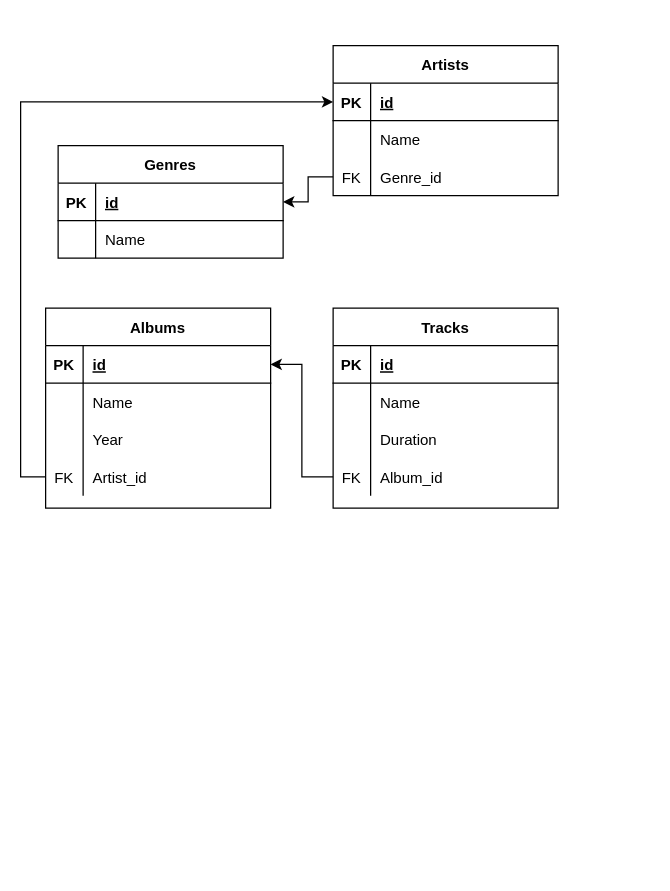
The draw.io diagram N-sql.drawio in akusempie/N-sql-diagram, before the edit. Source tidied: cells renumbered, new cells numbered last; positions are measured from the earlier drawing's top-left corner, leaving out a move shared by most shapes. Both pictures are drawn from the tidied source at 125%, with x=0, y=0 at pixel (45, 45).
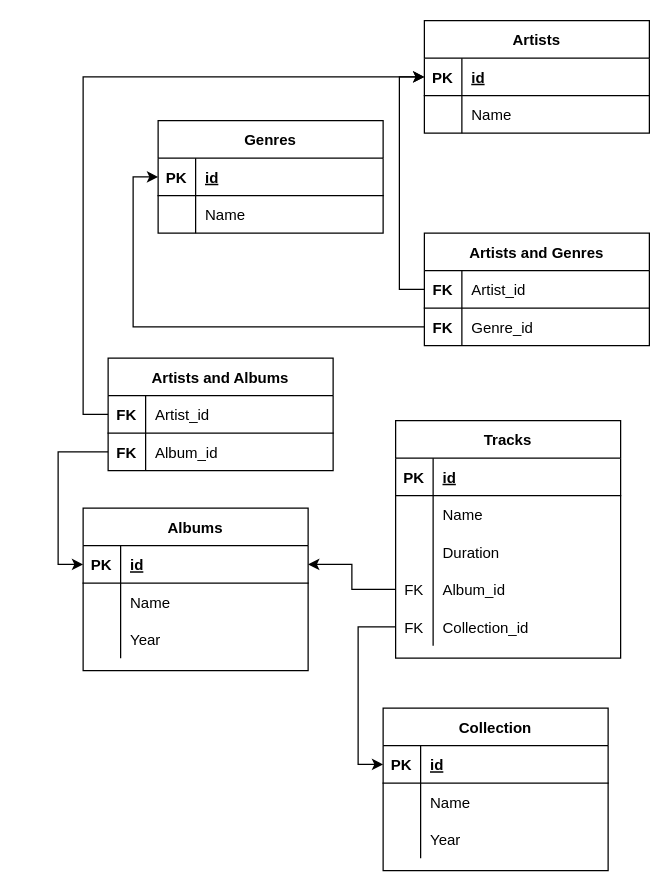
Above is the later version.

Unchanged cells that the change refers to:
```xml
<mxCell id="10" style="shape=tableRow;horizontal=0;startSize=0;swimlaneHead=0;swimlaneBody=0;fillColor=none;points=[[0,0.5],[1,0.5]];portConstraint=eastwest;top=0;left=0;right=0;bottom=1;" parent="9" vertex="1">
  <mxGeometry y="30" width="180" height="30" as="geometry" />
</mxCell>
<mxCell id="20" style="shape=tableRow;horizontal=0;startSize=0;swimlaneHead=0;swimlaneBody=0;fillColor=none;points=[[0,0.5],[1,0.5]];portConstraint=eastwest;top=0;left=0;right=0;bottom=1;" parent="19" vertex="1">
  <mxGeometry y="30" width="180" height="30" as="geometry" />
</mxCell>
```

Diff of the diagram source:
```diff
@@
-    <mxCell id="2" value="Genres" style="shape=table;startSize=30;childLayout=tableLayout;rowLines=0;fontStyle=1;align=center;" parent="1" vertex="1">
-      <mxGeometry x="10" y="80" width="180" height="90" as="geometry" />
-    </mxCell>
-    <mxCell id="3" style="shape=tableRow;horizontal=0;startSize=0;swimlaneHead=0;swimlaneBody=0;fillColor=none;points=[[0,0.5],[1,0.5]];portConstraint=eastwest;top=0;left=0;right=0;bottom=1;" parent="2" vertex="1">
-      <mxGeometry y="30" width="180" height="30" as="geometry" />
-    </mxCell>
-    <mxCell id="4" value="PK" style="shape=partialRectangle;fillColor=none;top=0;left=0;bottom=0;right=0;fontStyle=1;overflow=hidden;" parent="3" vertex="1">
-      <mxGeometry width="30" height="30" as="geometry" />
-    </mxCell>
-    <mxCell id="5" value="id" style="shape=partialRectangle;fillColor=none;top=0;left=0;bottom=0;right=0;align=left;spacingLeft=6;fontStyle=5;overflow=hidden;" parent="3" vertex="1">
-      <mxGeometry x="30" width="150" height="30" as="geometry" />
-    </mxCell>
-    <mxCell id="6" style="shape=tableRow;horizontal=0;startSize=0;swimlaneHead=0;swimlaneBody=0;fillColor=none;top=0;left=0;right=0;bottom=0;" parent="2" vertex="1">
-      <mxGeometry y="60" width="180" height="30" as="geometry" />
-    </mxCell>
-    <mxCell id="7" style="shape=partialRectangle;fillColor=none;top=0;left=0;bottom=0;right=0;overflow=hidden;" parent="6" vertex="1">
-      <mxGeometry width="30" height="30" as="geometry" />
-    </mxCell>
-    <mxCell id="8" value="Name" style="shape=partialRectangle;fillColor=none;top=0;left=0;bottom=0;right=0;align=left;spacingLeft=6;overflow=hidden;" parent="6" vertex="1">
-      <mxGeometry x="30" width="150" height="30" as="geometry" />
-    </mxCell>
     <mxCell id="9" value="Artists" style="shape=table;startSize=30;childLayout=tableLayout;rowLines=0;fontStyle=1;align=center;" parent="1" vertex="1">
-      <mxGeometry x="230" width="180" height="120" as="geometry" />
+      <mxGeometry x="303" y="-20" width="180" height="90" as="geometry" />
     </mxCell>
@@
-    <mxCell id="16" style="shape=tableRow;horizontal=0;startSize=0;swimlaneHead=0;swimlaneBody=0;fillColor=none;points=[[0,0.5],[1,0.5]];portConstraint=eastwest;top=0;left=0;right=0;bottom=0;" parent="9" vertex="1">
-      <mxGeometry y="90" width="180" height="30" as="geometry" />
-    </mxCell>
-    <mxCell id="17" value="FK" style="shape=partialRectangle;fillColor=none;top=0;left=0;bottom=0;right=0;overflow=hidden;" parent="16" vertex="1">
-      <mxGeometry width="30" height="30" as="geometry" />
-    </mxCell>
-    <mxCell id="18" value="Genre_id" style="shape=partialRectangle;fillColor=none;top=0;left=0;bottom=0;right=0;align=left;spacingLeft=6;overflow=hidden;" parent="16" vertex="1">
-      <mxGeometry x="30" width="150" height="30" as="geometry" />
-    </mxCell>
     <mxCell id="19" value="Albums" style="shape=table;startSize=30;childLayout=tableLayout;rowLines=0;fontStyle=1;align=center;" parent="1" vertex="1">
-      <mxGeometry y="210" width="180" height="160" as="geometry" />
+      <mxGeometry x="30" y="370" width="180" height="130" as="geometry" />
     </mxCell>
@@
-    <mxCell id="29" style="shape=tableRow;horizontal=0;startSize=0;swimlaneHead=0;swimlaneBody=0;fillColor=none;points=[[0,0.5],[1,0.5]];portConstraint=eastwest;top=0;left=0;right=0;bottom=0;" parent="19" vertex="1">
-      <mxGeometry y="120" width="180" height="30" as="geometry" />
-    </mxCell>
-    <mxCell id="30" value="FK" style="shape=partialRectangle;fillColor=none;top=0;left=0;bottom=0;right=0;overflow=hidden;" parent="29" vertex="1">
-      <mxGeometry width="30" height="30" as="geometry" />
-    </mxCell>
-    <mxCell id="31" value="Artist_id" style="shape=partialRectangle;fillColor=none;top=0;left=0;bottom=0;right=0;align=left;spacingLeft=6;overflow=hidden;" parent="29" vertex="1">
-      <mxGeometry x="30" width="150" height="30" as="geometry" />
-    </mxCell>
     <mxCell id="32" value="Tracks" style="shape=table;startSize=30;childLayout=tableLayout;rowLines=0;fontStyle=1;align=center;" parent="1" vertex="1">
-      <mxGeometry x="230" y="210" width="180" height="160" as="geometry" />
+      <mxGeometry x="280" y="300" width="180" height="190" as="geometry" />
     </mxCell>
@@
+    <mxCell id="48" style="shape=tableRow;horizontal=0;startSize=0;swimlaneHead=0;swimlaneBody=0;fillColor=none;points=[[0,0.5],[1,0.5]];portConstraint=eastwest;top=0;left=0;right=0;bottom=0;" parent="32" vertex="1">
+      <mxGeometry y="150" width="180" height="30" as="geometry" />
+    </mxCell>
+    <mxCell id="49" value="FK" style="shape=partialRectangle;fillColor=none;top=0;left=0;bottom=0;right=0;overflow=hidden;" parent="48" vertex="1">
+      <mxGeometry width="30" height="30" as="geometry" />
+    </mxCell>
+    <mxCell id="50" value="Collection_id" style="shape=partialRectangle;fillColor=none;top=0;left=0;bottom=0;right=0;align=left;spacingLeft=6;overflow=hidden;" parent="48" vertex="1">
+      <mxGeometry x="30" width="150" height="30" as="geometry" />
+    </mxCell>
@@
-    <mxCell id="46" style="edgeStyle=orthogonalEdgeStyle;rounded=0;jettySize=auto;html=1;exitX=0;exitY=0.5;exitDx=0;exitDy=0;entryX=0;entryY=0.5;entryDx=0;entryDy=0;" parent="1" edge="1" source="29" target="10">
-      <mxGeometry relative="1" as="geometry" />
-    </mxCell>
-    <mxCell id="47" style="edgeStyle=orthogonalEdgeStyle;rounded=0;jettySize=auto;html=1;exitX=0;exitY=0.5;exitDx=0;exitDy=0;entryX=1;entryY=0.5;entryDx=0;entryDy=0;" parent="1" edge="1" source="16" target="3">
-      <mxGeometry relative="1" as="geometry" />
-    </mxCell>
+    <mxCell id="51" value="Artists and Genres" style="shape=table;startSize=30;childLayout=tableLayout;rowLines=0;fontStyle=1;align=center;" parent="1" vertex="1">
+      <mxGeometry x="303" y="150" width="180" height="90" as="geometry" />
+    </mxCell>
+    <mxCell id="52" style="shape=tableRow;horizontal=0;startSize=0;swimlaneHead=0;swimlaneBody=0;fillColor=none;points=[[0,0.5],[1,0.5]];portConstraint=eastwest;top=0;left=0;right=0;bottom=1;" parent="51" vertex="1">
+      <mxGeometry y="30" width="180" height="30" as="geometry" />
+    </mxCell>
+    <mxCell id="53" value="FK" style="shape=partialRectangle;fillColor=none;top=0;left=0;bottom=0;right=0;fontStyle=1;overflow=hidden;" parent="52" vertex="1">
+      <mxGeometry width="30" height="30" as="geometry" />
+    </mxCell>
+    <mxCell id="54" value="Artist_id" style="shape=partialRectangle;fillColor=none;top=0;left=0;bottom=0;right=0;align=left;spacingLeft=6;fontStyle=0;overflow=hidden;" parent="52" vertex="1">
+      <mxGeometry x="30" width="150" height="30" as="geometry" />
+    </mxCell>
+    <mxCell id="55" style="shape=tableRow;horizontal=0;startSize=0;swimlaneHead=0;swimlaneBody=0;fillColor=none;points=[[0,0.5],[1,0.5]];portConstraint=eastwest;top=0;left=0;right=0;bottom=0;" parent="51" vertex="1">
+      <mxGeometry y="60" width="180" height="30" as="geometry" />
+    </mxCell>
+    <mxCell id="56" value="FK" style="shape=partialRectangle;fillColor=none;top=0;left=0;bottom=0;right=0;overflow=hidden;fontStyle=1;" parent="55" vertex="1">
+      <mxGeometry width="30" height="30" as="geometry" />
+    </mxCell>
+    <mxCell id="18" value="Genre_id" style="shape=partialRectangle;fillColor=none;top=0;left=0;bottom=0;right=0;align=left;spacingLeft=6;overflow=hidden;" parent="55" vertex="1">
+      <mxGeometry x="30" width="150" height="30" as="geometry" />
+    </mxCell>
+    <mxCell id="2" value="Genres" style="shape=table;startSize=30;childLayout=tableLayout;rowLines=0;fontStyle=1;align=center;" parent="1" vertex="1">
+      <mxGeometry x="90" y="60" width="180" height="90" as="geometry" />
+    </mxCell>
+    <mxCell id="3" style="shape=tableRow;horizontal=0;startSize=0;swimlaneHead=0;swimlaneBody=0;fillColor=none;points=[[0,0.5],[1,0.5]];portConstraint=eastwest;top=0;left=0;right=0;bottom=1;" parent="2" vertex="1">
+      <mxGeometry y="30" width="180" height="30" as="geometry" />
+    </mxCell>
+    <mxCell id="4" value="PK" style="shape=partialRectangle;fillColor=none;top=0;left=0;bottom=0;right=0;fontStyle=1;overflow=hidden;" parent="3" vertex="1">
+      <mxGeometry width="30" height="30" as="geometry" />
+    </mxCell>
+    <mxCell id="5" value="id" style="shape=partialRectangle;fillColor=none;top=0;left=0;bottom=0;right=0;align=left;spacingLeft=6;fontStyle=5;overflow=hidden;" parent="3" vertex="1">
+      <mxGeometry x="30" width="150" height="30" as="geometry" />
+    </mxCell>
+    <mxCell id="6" style="shape=tableRow;horizontal=0;startSize=0;swimlaneHead=0;swimlaneBody=0;fillColor=none;top=0;left=0;right=0;bottom=0;" parent="2" vertex="1">
+      <mxGeometry y="60" width="180" height="30" as="geometry" />
+    </mxCell>
+    <mxCell id="7" style="shape=partialRectangle;fillColor=none;top=0;left=0;bottom=0;right=0;overflow=hidden;" parent="6" vertex="1">
+      <mxGeometry width="30" height="30" as="geometry" />
+    </mxCell>
+    <mxCell id="8" value="Name" style="shape=partialRectangle;fillColor=none;top=0;left=0;bottom=0;right=0;align=left;spacingLeft=6;overflow=hidden;" parent="6" vertex="1">
+      <mxGeometry x="30" width="150" height="30" as="geometry" />
+    </mxCell>
+    <mxCell id="57" value="Artists and Albums" style="shape=table;startSize=30;childLayout=tableLayout;rowLines=0;fontStyle=1;align=center;" parent="1" vertex="1">
+      <mxGeometry x="50" y="250" width="180" height="90" as="geometry" />
+    </mxCell>
+    <mxCell id="58" style="shape=tableRow;horizontal=0;startSize=0;swimlaneHead=0;swimlaneBody=0;fillColor=none;points=[[0,0.5],[1,0.5]];portConstraint=eastwest;top=0;left=0;right=0;bottom=1;" parent="57" vertex="1">
+      <mxGeometry y="30" width="180" height="30" as="geometry" />
+    </mxCell>
+    <mxCell id="59" value="FK" style="shape=partialRectangle;fillColor=none;top=0;left=0;bottom=0;right=0;fontStyle=1;overflow=hidden;" parent="58" vertex="1">
+      <mxGeometry width="30" height="30" as="geometry" />
+    </mxCell>
+    <mxCell id="60" value="Artist_id" style="shape=partialRectangle;fillColor=none;top=0;left=0;bottom=0;right=0;align=left;spacingLeft=6;fontStyle=0;overflow=hidden;" parent="58" vertex="1">
+      <mxGeometry x="30" width="150" height="30" as="geometry" />
+    </mxCell>
+    <mxCell id="61" style="shape=tableRow;horizontal=0;startSize=0;swimlaneHead=0;swimlaneBody=0;fillColor=none;points=[[0,0.5],[1,0.5]];portConstraint=eastwest;top=0;left=0;right=0;bottom=0;" parent="57" vertex="1">
+      <mxGeometry y="60" width="180" height="30" as="geometry" />
+    </mxCell>
+    <mxCell id="62" value="FK" style="shape=partialRectangle;fillColor=none;top=0;left=0;bottom=0;right=0;overflow=hidden;fontStyle=1;" parent="61" vertex="1">
+      <mxGeometry width="30" height="30" as="geometry" />
+    </mxCell>
+    <mxCell id="63" value="Album_id" style="shape=partialRectangle;fillColor=none;top=0;left=0;bottom=0;right=0;align=left;spacingLeft=6;overflow=hidden;" parent="61" vertex="1">
+      <mxGeometry x="30" width="150" height="30" as="geometry" />
+    </mxCell>
+    <mxCell id="64" style="edgeStyle=orthogonalEdgeStyle;rounded=0;jettySize=auto;html=1;exitX=0;exitY=0.5;exitDx=0;exitDy=0;entryX=0;entryY=0.5;entryDx=0;entryDy=0;" parent="1" edge="1" source="52" target="10">
+      <mxGeometry relative="1" as="geometry" />
+    </mxCell>
+    <mxCell id="65" style="edgeStyle=orthogonalEdgeStyle;rounded=0;jettySize=auto;html=1;exitX=0;exitY=0.5;exitDx=0;exitDy=0;entryX=0;entryY=0.5;entryDx=0;entryDy=0;" parent="1" edge="1" source="55" target="3">
+      <mxGeometry relative="1" as="geometry" />
+    </mxCell>
+    <mxCell id="66" style="edgeStyle=orthogonalEdgeStyle;rounded=0;jettySize=auto;html=1;exitX=0;exitY=0.5;exitDx=0;exitDy=0;entryX=0;entryY=0.5;entryDx=0;entryDy=0;" parent="1" edge="1" source="58" target="10">
+      <mxGeometry relative="1" as="geometry" />
+    </mxCell>
+    <mxCell id="67" style="edgeStyle=orthogonalEdgeStyle;rounded=0;jettySize=auto;html=1;exitX=0;exitY=0.5;exitDx=0;exitDy=0;entryX=0;entryY=0.5;entryDx=0;entryDy=0;" parent="1" edge="1" source="61" target="20">
+      <mxGeometry relative="1" as="geometry" />
+    </mxCell>
+    <mxCell id="68" value="Collection" style="shape=table;startSize=30;childLayout=tableLayout;rowLines=0;fontStyle=1;align=center;" parent="1" vertex="1">
+      <mxGeometry x="270" y="530" width="180" height="130" as="geometry" />
+    </mxCell>
+    <mxCell id="69" style="shape=tableRow;horizontal=0;startSize=0;swimlaneHead=0;swimlaneBody=0;fillColor=none;points=[[0,0.5],[1,0.5]];portConstraint=eastwest;top=0;left=0;right=0;bottom=1;" parent="68" vertex="1">
+      <mxGeometry y="30" width="180" height="30" as="geometry" />
+    </mxCell>
+    <mxCell id="70" value="PK" style="shape=partialRectangle;fillColor=none;top=0;left=0;bottom=0;right=0;fontStyle=1;overflow=hidden;" parent="69" vertex="1">
+      <mxGeometry width="30" height="30" as="geometry" />
+    </mxCell>
+    <mxCell id="71" value="id" style="shape=partialRectangle;fillColor=none;top=0;left=0;bottom=0;right=0;align=left;spacingLeft=6;fontStyle=5;overflow=hidden;" parent="69" vertex="1">
+      <mxGeometry x="30" width="150" height="30" as="geometry" />
+    </mxCell>
+    <mxCell id="72" style="shape=tableRow;horizontal=0;startSize=0;swimlaneHead=0;swimlaneBody=0;fillColor=none;top=0;left=0;right=0;bottom=0;" parent="68" vertex="1">
+      <mxGeometry y="60" width="180" height="30" as="geometry" />
+    </mxCell>
+    <mxCell id="73" style="shape=partialRectangle;fillColor=none;top=0;left=0;bottom=0;right=0;overflow=hidden;" parent="72" vertex="1">
+      <mxGeometry width="30" height="30" as="geometry" />
+    </mxCell>
+    <mxCell id="74" value="Name" style="shape=partialRectangle;fillColor=none;top=0;left=0;bottom=0;right=0;align=left;spacingLeft=6;overflow=hidden;" parent="72" vertex="1">
+      <mxGeometry x="30" width="150" height="30" as="geometry" />
+    </mxCell>
+    <mxCell id="16" style="shape=tableRow;horizontal=0;startSize=0;swimlaneHead=0;swimlaneBody=0;fillColor=none;points=[[0,0.5],[1,0.5]];portConstraint=eastwest;top=0;left=0;right=0;bottom=0;" parent="68" vertex="1">
+      <mxGeometry y="90" width="180" height="30" as="geometry" />
+    </mxCell>
+    <mxCell id="75" style="shape=partialRectangle;fillColor=none;top=0;left=0;bottom=0;right=0;overflow=hidden;" parent="16" vertex="1">
+      <mxGeometry width="30" height="30" as="geometry" />
+    </mxCell>
+    <mxCell id="76" value="Year" style="shape=partialRectangle;fillColor=none;top=0;left=0;bottom=0;right=0;align=left;spacingLeft=6;overflow=hidden;" parent="16" vertex="1">
+      <mxGeometry x="30" width="150" height="30" as="geometry" />
+    </mxCell>
+    <mxCell id="77" style="edgeStyle=orthogonalEdgeStyle;rounded=0;jettySize=auto;html=1;exitX=0;exitY=0.5;exitDx=0;exitDy=0;entryX=0;entryY=0.5;entryDx=0;entryDy=0;" parent="1" edge="1" source="48" target="69">
+      <mxGeometry relative="1" as="geometry" />
+    </mxCell>
```
